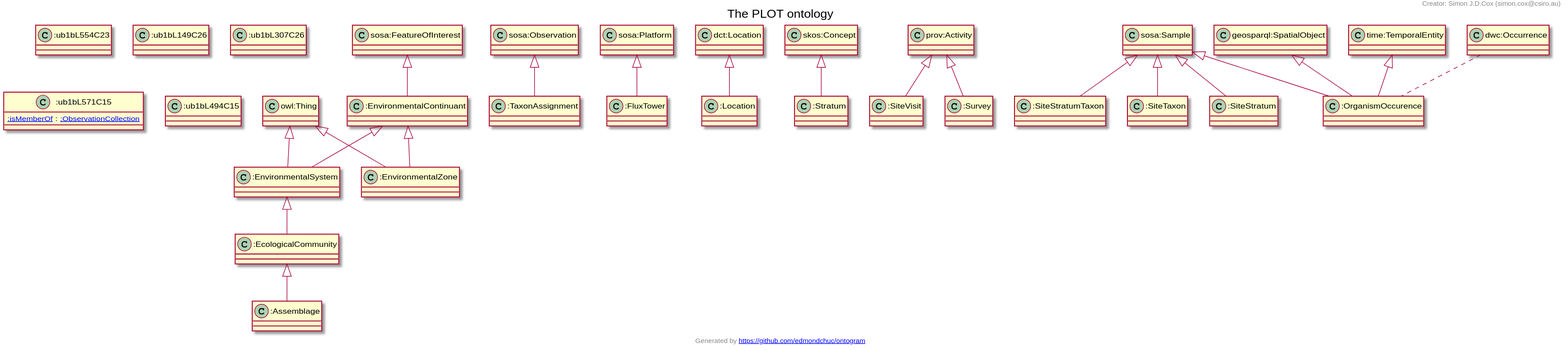
Above: docs/tern-plot.ttl.txt.svg in edmondchuc/ontology_tern-plot (PlantUML), before the change.
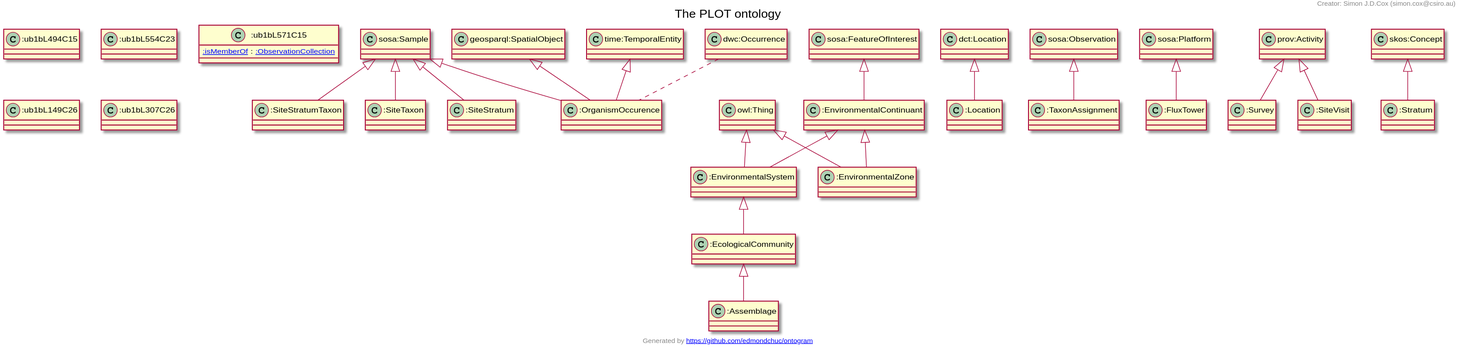
The same file after the commit.

Commit message:
Updated to new TERN logo

Diff of the diagram source:
```diff
@@ -1,64 +1,64 @@
 @startuml
 title The PLOT ontology
-":EnvironmentalContinuant" <|-- ":EnvironmentalSystem"
-"owl:Thing" <|-- ":EnvironmentalSystem"
+"sosa:Sample" <|-- ":SiteStratumTaxon"
+":EcologicalCommunity" <|-- ":Assemblage"
+"dct:Location" <|-- ":Location"
 "sosa:Observation" <|-- ":TaxonAssignment"
+"sosa:Sample" <|-- ":SiteTaxon"
 "sosa:Platform" <|-- ":FluxTower"
-"dct:Location" <|-- ":Location"
+"sosa:FeatureOfInterest" <|-- ":EnvironmentalContinuant"
+"prov:Activity" <|-- ":Survey"
 "skos:Concept" <|-- ":Stratum"
-"prov:Activity" <|-- ":SiteVisit"
-"sosa:Sample" <|-- ":SiteStratumTaxon"
-"sosa:Sample" <|-- ":SiteTaxon"
-":EcologicalCommunity" <|-- ":Assemblage"
-"prov:Activity" <|-- ":Survey"
-":EnvironmentalContinuant" <|-- ":EnvironmentalZone"
-"owl:Thing" <|-- ":EnvironmentalZone"
+":EnvironmentalSystem" <|-- ":EcologicalCommunity"
 "sosa:Sample" <|-- ":SiteStratum"
 "sosa:Sample" <|-- ":OrganismOccurence"
 "geosparql:SpatialObject" <|-- ":OrganismOccurence"
 "time:TemporalEntity" <|-- ":OrganismOccurence"
-"sosa:FeatureOfInterest" <|-- ":EnvironmentalContinuant"
-":EnvironmentalSystem" <|-- ":EcologicalCommunity"
-Class ":EnvironmentalSystem" [[http://linked.data.gov.au/def/plot/x/EnvironmentalSystem]] {
+"owl:Thing" <|-- ":EnvironmentalZone"
+":EnvironmentalContinuant" <|-- ":EnvironmentalZone"
+"owl:Thing" <|-- ":EnvironmentalSystem"
+":EnvironmentalContinuant" <|-- ":EnvironmentalSystem"
+"prov:Activity" <|-- ":SiteVisit"
+Class ":ub1bL494C15" [[ub1bL494C15]] {
+}
+Class ":SiteStratumTaxon" [[http://linked.data.gov.au/def/plot/SiteStratumTaxon]] {
 }
 Class ":ub1bL554C23" [[ub1bL554C23]] {
 }
-Class ":ub1bL149C26" [[ub1bL149C26]] {
+Class ":Assemblage" [[http://linked.data.gov.au/def/plot/x/Assemblage]] {
 }
-Class ":ub1bL307C26" [[ub1bL307C26]] {
+Class ":Location" [[http://linked.data.gov.au/def/plot/Location]] {
 }
 Class ":TaxonAssignment" [[http://linked.data.gov.au/def/plot/x/TaxonAssignment]] {
 }
+Class ":SiteTaxon" [[http://linked.data.gov.au/def/plot/SiteTaxon]] {
+}
 Class ":FluxTower" [[http://linked.data.gov.au/def/plot/x/FluxTower]] {
 }
-Class ":Location" [[http://linked.data.gov.au/def/plot/Location]] {
+Class ":EnvironmentalContinuant" [[http://linked.data.gov.au/def/plot/x/EnvironmentalContinuant]] {
+}
+Class ":Survey" [[http://linked.data.gov.au/def/plot/x/Survey]] {
 }
 Class ":Stratum" [[http://linked.data.gov.au/def/plot/Stratum]] {
 }
-Class ":SiteVisit" [[http://linked.data.gov.au/def/plot/SiteVisit]] {
-}
-Class ":SiteStratumTaxon" [[http://linked.data.gov.au/def/plot/SiteStratumTaxon]] {
-}
-Class ":SiteTaxon" [[http://linked.data.gov.au/def/plot/SiteTaxon]] {
-}
-Class ":Assemblage" [[http://linked.data.gov.au/def/plot/x/Assemblage]] {
-}
-Class ":Survey" [[http://linked.data.gov.au/def/plot/x/Survey]] {
-}
-Class ":EnvironmentalZone" [[http://linked.data.gov.au/def/plot/x/EnvironmentalZone]] {
+Class ":EcologicalCommunity" [[http://linked.data.gov.au/def/plot/x/EcologicalCommunity]] {
 }
 Class ":SiteStratum" [[http://linked.data.gov.au/def/plot/SiteStratum]] {
-}
-Class ":OrganismOccurence" [[http://linked.data.gov.au/def/plot/OrganismOccurence]] {
 }
 Class ":ub1bL571C15" [[ub1bL571C15]] {
 [[http://www.w3.org/ns/ssn/ext/isMemberOf :isMemberOf]] : [[http://www.w3.org/ns/ssn/ext/ObservationCollection :ObservationCollection]]
 }
-Class ":EnvironmentalContinuant" [[http://linked.data.gov.au/def/plot/x/EnvironmentalContinuant]] {
+Class ":OrganismOccurence" [[http://linked.data.gov.au/def/plot/OrganismOccurence]] {
 }
-Class ":ub1bL494C15" [[ub1bL494C15]] {
+Class ":ub1bL149C26" [[ub1bL149C26]] {
 }
-Class ":EcologicalCommunity" [[http://linked.data.gov.au/def/plot/x/EcologicalCommunity]] {
+Class ":EnvironmentalZone" [[http://linked.data.gov.au/def/plot/x/EnvironmentalZone]] {
+}
+Class ":EnvironmentalSystem" [[http://linked.data.gov.au/def/plot/x/EnvironmentalSystem]] {
+}
+Class ":SiteVisit" [[http://linked.data.gov.au/def/plot/SiteVisit]] {
+}
+Class ":ub1bL307C26" [[ub1bL307C26]] {
 }
 "dwc:Occurrence" .. ":OrganismOccurence"
 header
```
